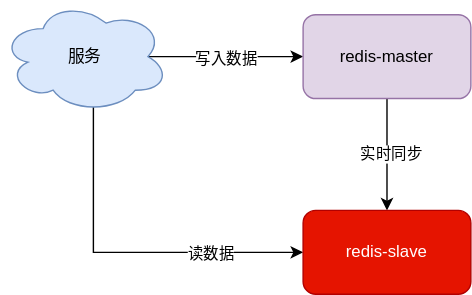
The draw.io diagram picture/blog/redis/redis-2.svg in LuFudi/LuFudi.github.io, before a commit. Source tidied: cells renumbered, new cells last; positions are measured from the earlier drawing's top-left corner, leaving out a move shared by most shapes.
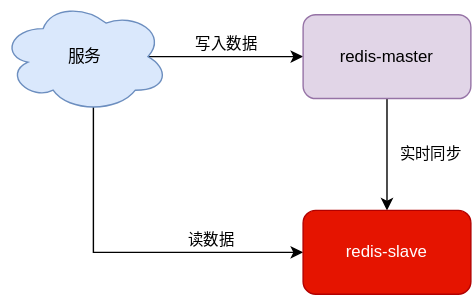
The same file after the commit.

The edit, as a diff of the source:
```diff
@@ -5,8 +5,10 @@
     <mxCell id="2" style="edgeStyle=orthogonalEdgeStyle;rounded=0;jettySize=auto;html=1;exitX=0.875;exitY=0.5;exitDx=0;exitDy=0;exitPerimeter=0;entryX=0;entryY=0.5;entryDx=0;entryDy=0;" parent="1" edge="1" source="6" target="9">
       <mxGeometry relative="1" as="geometry" />
     </mxCell>
-    <mxCell id="3" value="写入数据" style="edgeLabel;html=1;align=center;verticalAlign=middle;" parent="2" vertex="1">
-      <mxGeometry y="-1" relative="1" as="geometry" />
+    <mxCell id="3" value="写入数据" style="edgeLabel;html=1;align=center;verticalAlign=middle;labelBackgroundColor=none;" parent="2" vertex="1">
+      <mxGeometry y="-1" relative="1" as="geometry">
+        <mxPoint y="-11" as="offset" />
+      </mxGeometry>
     </mxCell>
     <mxCell id="4" style="edgeStyle=orthogonalEdgeStyle;rounded=0;jettySize=auto;html=1;exitX=0.55;exitY=0.95;exitDx=0;exitDy=0;exitPerimeter=0;entryX=0;entryY=0.5;entryDx=0;entryDy=0;" parent="1" edge="1" source="6" target="10">
       <mxGeometry relative="1" as="geometry">
@@ -15,8 +17,10 @@
         </Array>
       </mxGeometry>
     </mxCell>
-    <mxCell id="5" value="读数据" style="edgeLabel;html=1;align=center;verticalAlign=middle;" parent="4" vertex="1">
-      <mxGeometry x="0.48" relative="1" as="geometry" />
+    <mxCell id="5" value="读数据" style="edgeLabel;html=1;align=center;verticalAlign=middle;labelBackgroundColor=none;" parent="4" vertex="1">
+      <mxGeometry x="0.48" relative="1" as="geometry">
+        <mxPoint y="-10" as="offset" />
+      </mxGeometry>
     </mxCell>
     <mxCell id="6" value="服务" style="ellipse;shape=cloud;whiteSpace=wrap;html=1;fillColor=#dae8fc;strokeColor=#6c8ebf;" parent="1" vertex="1">
       <mxGeometry width="120" height="80" as="geometry" />
@@ -24,8 +28,10 @@
     <mxCell id="7" style="edgeStyle=orthogonalEdgeStyle;rounded=0;jettySize=auto;html=1;exitX=0.5;exitY=1;exitDx=0;exitDy=0;entryX=0.5;entryY=0;entryDx=0;entryDy=0;" parent="1" edge="1" source="9" target="10">
       <mxGeometry relative="1" as="geometry" />
     </mxCell>
-    <mxCell id="8" value="实时同步" style="edgeLabel;html=1;align=center;verticalAlign=middle;" parent="7" vertex="1">
-      <mxGeometry x="-0.02" y="2" relative="1" as="geometry" />
+    <mxCell id="8" value="实时同步" style="edgeLabel;html=1;align=center;verticalAlign=middle;labelBackgroundColor=none;" parent="7" vertex="1">
+      <mxGeometry x="-0.02" y="2" relative="1" as="geometry">
+        <mxPoint x="28" as="offset" />
+      </mxGeometry>
     </mxCell>
     <mxCell id="9" value="redis-master" style="rounded=1;whiteSpace=wrap;html=1;fillColor=#e1d5e7;strokeColor=#9673a6;" parent="1" vertex="1">
       <mxGeometry x="216" y="10" width="120" height="60" as="geometry" />
```
